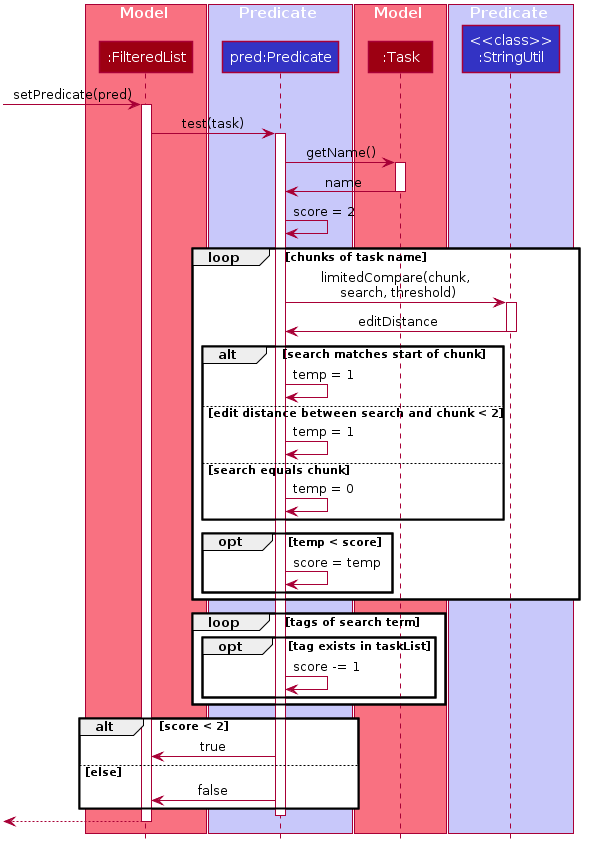
Before: images/PredicateSequenceDiagram.png, a diagram exported from PlantUML (AY1920S2-CS2103T-W16-01/main).
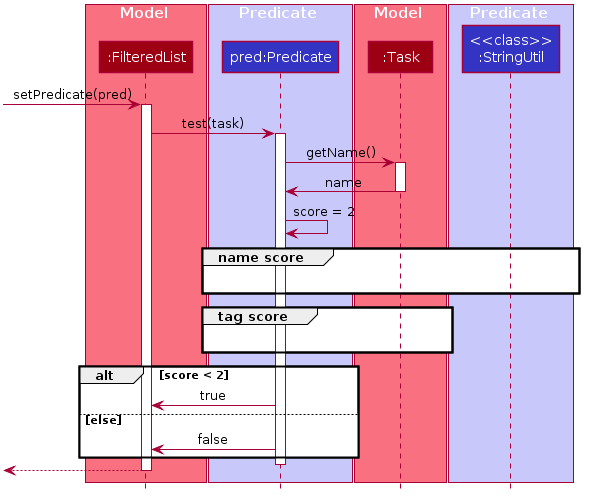
After the commit.

Diff of the diagram source:
```diff
@@ -78,29 +78,14 @@
 
 Predicate -> Predicate: score = 2
 
-loop chunks of task name
-    Predicate -> StringUtil: limitedCompare(chunk,\n search, threshold)
-    activate StringUtil
-    StringUtil -> Predicate: editDistance
-    deactivate StringUtil
-
-    alt search matches start of chunk
-        Predicate -> Predicate: temp = 1
-    else edit distance between search and chunk < 2
-        Predicate -> Predicate: temp = 1
-    else search equals chunk
-        Predicate -> Predicate: temp = 0
-    end
-
-    opt temp < score
-        Predicate -> Predicate: score = temp
-    end
+group name score
+    Predicate-[hidden]-> StringUtil
+    Predicate-[hidden]-> StringUtil
 end
 
-loop tags of search term
-    opt tag exists in taskList
-        Predicate -> Predicate: score -= 1
-    end
+group tag score
+    Predicate-[hidden]-> Task
+    Predicate-[hidden]-> Task
 end
 
 alt score < 2
```
